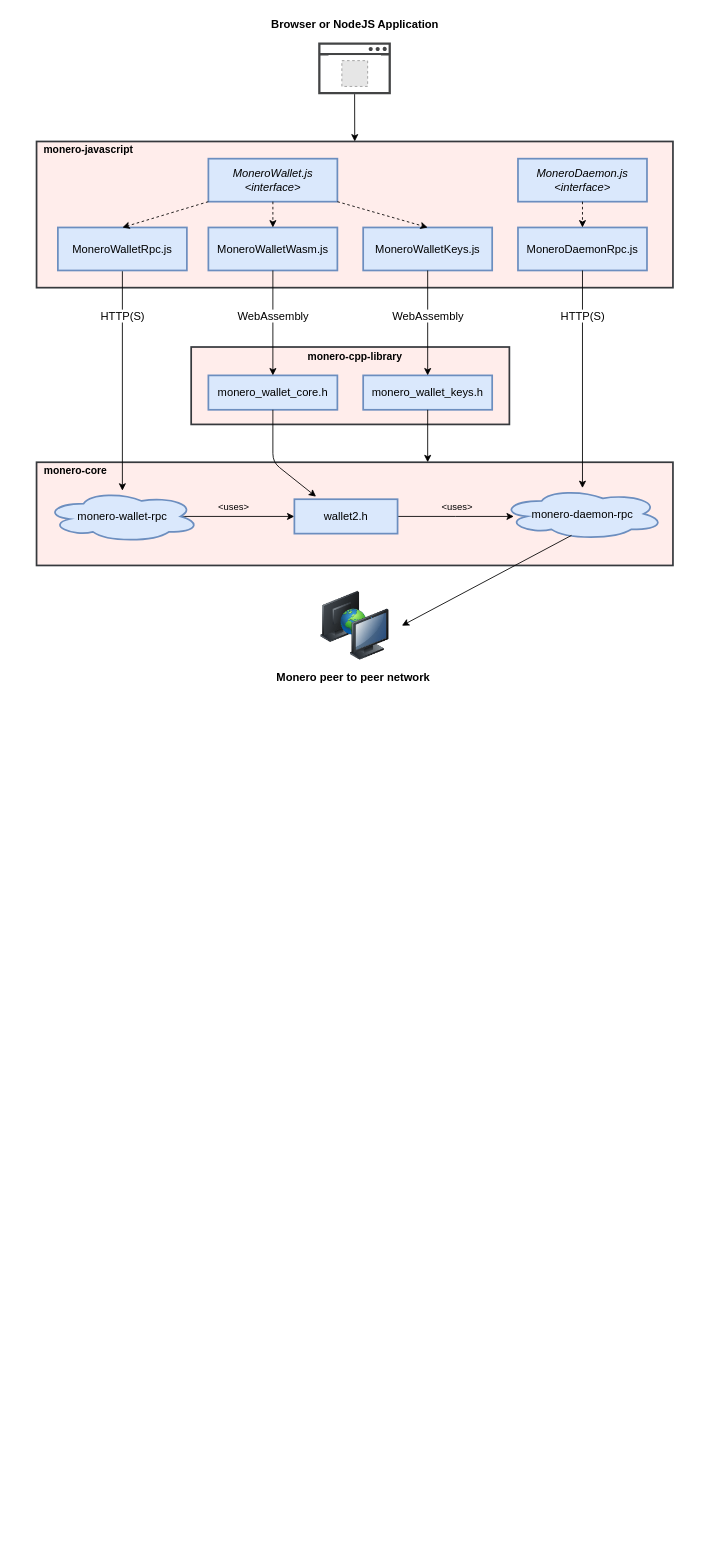
The draw.io diagram architecture.drawio in woodser/monero-ts, before the edit. Source tidied: cells renumbered, new cells numbered last; positions are measured from the earlier drawing's top-left corner, leaving out a move shared by most shapes. Both pictures are drawn from the tidied source at 86%, with x=0, y=0 at pixel (15, 15). Pictures stored in the file or linked from it are replaced by grey dashed boxes.
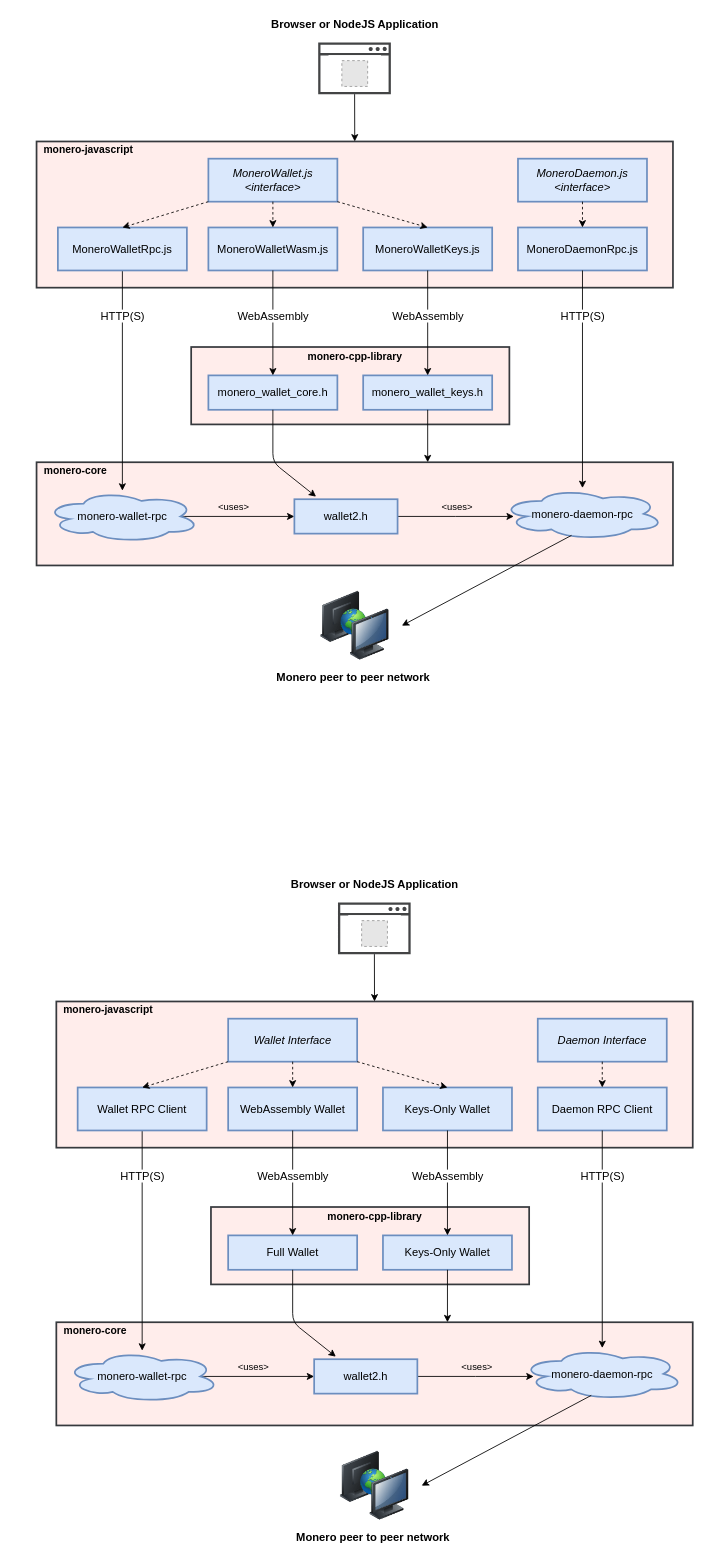
The same page after the edit.

Commit message:
update architecture to not use code filenames

The edit, as a diff of the source:
```diff
@@
+    <mxCell id="45" style="rounded=0;whiteSpace=wrap;html=1;fillColor=#FFEDEB;strokeColor=#36393d;strokeWidth=2;" parent="1" vertex="1">
+      <mxGeometry x="48" y="1147" width="740" height="170" as="geometry" />
+    </mxCell>
+    <mxCell id="46" style="rounded=0;whiteSpace=wrap;html=1;fillColor=#FFEDEB;strokeColor=#36393d;strokeWidth=2;" parent="1" vertex="1">
+      <mxGeometry x="227.8" y="1386" width="370" height="90" as="geometry" />
+    </mxCell>
+    <mxCell id="47" style="rounded=0;whiteSpace=wrap;html=1;fillColor=#FFEDEB;strokeColor=#36393d;strokeWidth=2;" parent="1" vertex="1">
+      <mxGeometry x="48" y="1520" width="740" height="120" as="geometry" />
+    </mxCell>
+    <mxCell id="48" value="WebAssembly Wallet" style="rounded=0;whiteSpace=wrap;html=1;fillColor=#dae8fc;strokeColor=#6c8ebf;strokeWidth=2;fontSize=13;" parent="1" vertex="1">
+      <mxGeometry x="247.8" y="1247" width="150" height="50" as="geometry" />
+    </mxCell>
+    <mxCell id="49" value="monero-daemon-rpc" style="ellipse;shape=cloud;whiteSpace=wrap;html=1;fillColor=#dae8fc;strokeColor=#6c8ebf;strokeWidth=2;fontSize=13;" parent="1" vertex="1">
+      <mxGeometry x="587.8" y="1550" width="190" height="60" as="geometry" />
+    </mxCell>
+    <mxCell id="50" style="edgeStyle=orthogonalEdgeStyle;rounded=0;jettySize=auto;html=1;exitX=0.875;exitY=0.5;exitDx=0;exitDy=0;exitPerimeter=0;entryX=0;entryY=0.5;entryDx=0;entryDy=0;" parent="1" edge="1" source="51" target="53">
+      <mxGeometry relative="1" as="geometry" />
+    </mxCell>
+    <mxCell id="51" value="monero-wallet-rpc" style="ellipse;shape=cloud;whiteSpace=wrap;html=1;fillColor=#dae8fc;strokeColor=#6c8ebf;strokeWidth=2;fontSize=13;" parent="1" vertex="1">
+      <mxGeometry x="57.8" y="1553" width="180" height="60" as="geometry" />
+    </mxCell>
+    <mxCell id="52" style="edgeStyle=orthogonalEdgeStyle;rounded=0;jettySize=auto;html=1;exitX=1;exitY=0.5;exitDx=0;exitDy=0;" parent="1" edge="1" source="53">
+      <mxGeometry relative="1" as="geometry">
+        <mxPoint x="603" y="1583" as="targetPoint" />
+      </mxGeometry>
+    </mxCell>
+    <mxCell id="53" value="wallet2.h" style="rounded=0;whiteSpace=wrap;html=1;fillColor=#dae8fc;strokeColor=#6c8ebf;strokeWidth=2;fontSize=13;" parent="1" vertex="1">
+      <mxGeometry x="347.8" y="1563" width="120" height="40" as="geometry" />
+    </mxCell>
+    <mxCell id="54" style="edgeStyle=orthogonalEdgeStyle;rounded=0;jettySize=auto;html=1;exitX=0.5;exitY=1;exitDx=0;exitDy=0;" parent="1" edge="1" source="55" target="51">
+      <mxGeometry relative="1" as="geometry" />
+    </mxCell>
+    <mxCell id="55" value="Wallet RPC Client" style="rounded=0;whiteSpace=wrap;html=1;fillColor=#dae8fc;strokeColor=#6c8ebf;strokeWidth=2;fontSize=13;" parent="1" vertex="1">
+      <mxGeometry x="72.8" y="1247" width="150" height="50" as="geometry" />
+    </mxCell>
+    <mxCell id="56" value="Keys-Only Wallet" style="rounded=0;whiteSpace=wrap;html=1;fillColor=#dae8fc;strokeColor=#6c8ebf;strokeWidth=2;fontSize=13;" parent="1" vertex="1">
+      <mxGeometry x="427.8" y="1247" width="150" height="50" as="geometry" />
+    </mxCell>
+    <mxCell id="57" value="Daemon RPC Client" style="rounded=0;whiteSpace=wrap;html=1;fillColor=#dae8fc;strokeColor=#6c8ebf;strokeWidth=2;fontSize=13;" parent="1" vertex="1">
+      <mxGeometry x="607.8" y="1247" width="150" height="50" as="geometry" />
+    </mxCell>
+    <mxCell id="58" value="Full Wallet" style="rounded=0;whiteSpace=wrap;html=1;fillColor=#dae8fc;strokeColor=#6c8ebf;strokeWidth=2;fontSize=13;" parent="1" vertex="1">
+      <mxGeometry x="247.8" y="1419" width="150" height="40" as="geometry" />
+    </mxCell>
+    <mxCell id="59" value="Keys-Only Wallet" style="rounded=0;whiteSpace=wrap;html=1;fillColor=#dae8fc;strokeColor=#6c8ebf;strokeWidth=2;fontSize=13;" parent="1" vertex="1">
+      <mxGeometry x="427.8" y="1419" width="150" height="40" as="geometry" />
+    </mxCell>
+    <mxCell id="60" value="monero-core" style="text;html=1;align=center;verticalAlign=middle;fillColor=none;strokeColor=none;rounded=0;fontStyle=1;" parent="1" vertex="1">
+      <mxGeometry x="47.8" y="1520" width="90" height="20" as="geometry" />
+    </mxCell>
+    <mxCell id="61" style="endArrow=classic;html=1;exitX=0.5;exitY=1;exitDx=0;exitDy=0;" parent="1" edge="1" source="58">
+      <mxGeometry relative="1" as="geometry">
+        <mxPoint x="373" y="1560" as="targetPoint" />
+        <Array as="points">
+          <mxPoint x="322.8" y="1520" />
+        </Array>
+      </mxGeometry>
+    </mxCell>
+    <mxCell id="62" style="endArrow=classic;html=1;exitX=0.5;exitY=1;exitDx=0;exitDy=0;" parent="1" edge="1" source="59">
+      <mxGeometry relative="1" as="geometry">
+        <mxPoint x="502.8" y="1520" as="targetPoint" />
+      </mxGeometry>
+    </mxCell>
+    <mxCell id="63" style="endArrow=classic;html=1;exitX=0.5;exitY=1;exitDx=0;exitDy=0;" parent="1" edge="1" source="57" target="49">
+      <mxGeometry relative="1" as="geometry" />
+    </mxCell>
+    <mxCell id="64" value="monero-javascript" style="text;html=1;align=center;verticalAlign=middle;fillColor=none;strokeColor=none;rounded=0;fontStyle=1;" parent="1" vertex="1">
+      <mxGeometry x="47.8" y="1147" width="120" height="20" as="geometry" />
+    </mxCell>
+    <mxCell id="65" style="endArrow=classic;html=1;exitX=0.5;exitY=1;exitDx=0;exitDy=0;" parent="1" edge="1" source="48" target="58">
+      <mxGeometry relative="1" as="geometry" />
+    </mxCell>
+    <mxCell id="66" style="endArrow=classic;html=1;exitX=0.5;exitY=1;exitDx=0;exitDy=0;entryX=0.5;entryY=0;entryDx=0;entryDy=0;" parent="1" edge="1" source="56" target="59">
+      <mxGeometry relative="1" as="geometry" />
+    </mxCell>
+    <mxCell id="67" value="&lt;i style=&quot;font-size: 13px&quot;&gt;Wallet Interface&lt;br style=&quot;font-size: 13px&quot;&gt;&lt;/i&gt;" style="rounded=0;whiteSpace=wrap;html=1;fillColor=#dae8fc;strokeColor=#6c8ebf;strokeWidth=2;fontSize=13;" parent="1" vertex="1">
+      <mxGeometry x="247.8" y="1167" width="150" height="50" as="geometry" />
+    </mxCell>
+    <mxCell id="68" value="&lt;i style=&quot;font-size: 13px&quot;&gt;Daemon Interface&lt;br style=&quot;font-size: 13px&quot;&gt;&lt;/i&gt;" style="rounded=0;whiteSpace=wrap;html=1;fillColor=#dae8fc;strokeColor=#6c8ebf;strokeWidth=2;fontSize=13;" parent="1" vertex="1">
+      <mxGeometry x="607.8" y="1167" width="150" height="50" as="geometry" />
+    </mxCell>
+    <mxCell id="69" style="endArrow=classic;html=1;exitX=0;exitY=1;exitDx=0;exitDy=0;entryX=0.5;entryY=0;entryDx=0;entryDy=0;dashed=1;" parent="1" edge="1" source="67" target="55">
+      <mxGeometry relative="1" as="geometry" />
+    </mxCell>
+    <mxCell id="70" style="endArrow=classic;html=1;entryX=0.5;entryY=0;entryDx=0;entryDy=0;dashed=1;exitX=0.5;exitY=1;exitDx=0;exitDy=0;" parent="1" edge="1" source="67" target="48">
+      <mxGeometry relative="1" as="geometry" />
+    </mxCell>
+    <mxCell id="71" style="endArrow=classic;html=1;entryX=0.5;entryY=0;entryDx=0;entryDy=0;dashed=1;exitX=1;exitY=1;exitDx=0;exitDy=0;" parent="1" edge="1" source="67" target="56">
+      <mxGeometry relative="1" as="geometry" />
+    </mxCell>
+    <mxCell id="72" style="endArrow=classic;html=1;entryX=0.5;entryY=0;entryDx=0;entryDy=0;dashed=1;exitX=0.5;exitY=1;exitDx=0;exitDy=0;" parent="1" edge="1" source="68" target="57">
+      <mxGeometry relative="1" as="geometry" />
+    </mxCell>
+    <mxCell id="73" style="endArrow=classic;html=1;exitX=0.433;exitY=0.917;exitDx=0;exitDy=0;exitPerimeter=0;" parent="1" edge="1" source="49">
+      <mxGeometry relative="1" as="geometry">
+        <mxPoint x="472.8" y="1710" as="targetPoint" />
+      </mxGeometry>
+    </mxCell>
+    <mxCell id="74" style="image;html=1;labelBackgroundColor=#ffffff;image=img/lib/clip_art/computers/Network_2_128x128.png;fillColor=#FFEDEB;" parent="1" vertex="1">
+      <mxGeometry x="378" y="1670" width="80" height="80" as="geometry" />
+    </mxCell>
+    <mxCell id="75" value="Monero peer to peer network" style="text;html=1;align=center;verticalAlign=middle;fillColor=none;strokeColor=none;rounded=0;fontStyle=1;fontSize=13;" parent="1" vertex="1">
+      <mxGeometry x="320.8" y="1760" width="190" height="20" as="geometry" />
+    </mxCell>
+    <mxCell id="76" style="shadow=0;dashed=0;html=1;strokeColor=none;fillColor=#434445;labelPosition=center;verticalLabelPosition=bottom;verticalAlign=top;align=center;outlineConnect=0;shape=mxgraph.vvd.web_browser;" parent="1" vertex="1">
+      <mxGeometry x="375.5" y="1032" width="84.5" height="60" as="geometry" />
+    </mxCell>
+    <mxCell id="77" value="Browser or NodeJS Application" style="text;html=1;align=center;verticalAlign=middle;fillColor=none;strokeColor=none;rounded=0;fontStyle=1;fontSize=13;" parent="1" vertex="1">
+      <mxGeometry x="313" y="1000" width="210" height="20" as="geometry" />
+    </mxCell>
+    <mxCell id="78" style="endArrow=classic;html=1;entryX=0.5;entryY=0;entryDx=0;entryDy=0;" parent="1" edge="1" source="76" target="45">
+      <mxGeometry relative="1" as="geometry" />
+    </mxCell>
+    <mxCell id="79" style="rounded=0;whiteSpace=wrap;html=1;strokeColor=#FFFFFF;" parent="1" vertex="1">
+      <mxGeometry x="388" y="1047" width="60" height="33" as="geometry" />
+    </mxCell>
+    <mxCell id="80" style="fillColor=#E6E6E6;strokeColor=#999999;dashed=1;verticalLabelPosition=bottom;labelBackgroundColor=#ffffff;verticalAlign=top;" parent="1" vertex="1">
+      <mxGeometry x="403" y="1053" width="30" height="30" as="geometry" />
+    </mxCell>
+    <mxCell id="81" value="monero-cpp-library" style="text;html=1;align=center;verticalAlign=middle;fillColor=none;strokeColor=none;rounded=0;fontStyle=1;" parent="1" vertex="1">
+      <mxGeometry x="352.8" y="1388" width="130" height="20" as="geometry" />
+    </mxCell>
+    <mxCell id="82" value="WebAssembly" style="text;html=1;align=center;verticalAlign=middle;fillColor=none;strokeColor=none;rounded=0;labelBackgroundColor=#FFFFFF;fontSize=13;" parent="1" vertex="1">
+      <mxGeometry x="272.8" y="1340" width="100" height="20" as="geometry" />
+    </mxCell>
+    <mxCell id="83" value="WebAssembly" style="text;html=1;align=center;verticalAlign=middle;fillColor=none;strokeColor=none;rounded=0;labelBackgroundColor=#FFFFFF;fontSize=13;" parent="1" vertex="1">
+      <mxGeometry x="452.8" y="1340" width="100" height="20" as="geometry" />
+    </mxCell>
+    <mxCell id="84" value="HTTP(S)" style="text;html=1;align=center;verticalAlign=middle;fillColor=none;strokeColor=none;rounded=0;labelBackgroundColor=#FFFFFF;fontSize=13;" parent="1" vertex="1">
+      <mxGeometry x="647.8" y="1340" width="70" height="20" as="geometry" />
+    </mxCell>
+    <mxCell id="85" value="HTTP(S)" style="text;html=1;align=center;verticalAlign=middle;fillColor=none;strokeColor=none;rounded=0;labelBackgroundColor=#FFFFFF;fontSize=13;" parent="1" vertex="1">
+      <mxGeometry x="112.8" y="1340" width="70" height="20" as="geometry" />
+    </mxCell>
+    <mxCell id="86" value="&amp;lt;uses&amp;gt;" style="edgeLabel;html=1;align=center;verticalAlign=middle;labelBackgroundColor=none;" parent="1" vertex="1">
+      <mxGeometry x="23" y="1585" as="geometry">
+        <mxPoint x="253.5" y="-14" as="offset" />
+      </mxGeometry>
+    </mxCell>
+    <mxCell id="87" value="&amp;lt;uses&amp;gt;" style="edgeLabel;html=1;align=center;verticalAlign=middle;labelBackgroundColor=none;" parent="1" vertex="1">
+      <mxGeometry x="283" y="1585" as="geometry">
+        <mxPoint x="253.5" y="-14" as="offset" />
+      </mxGeometry>
+    </mxCell>
```
